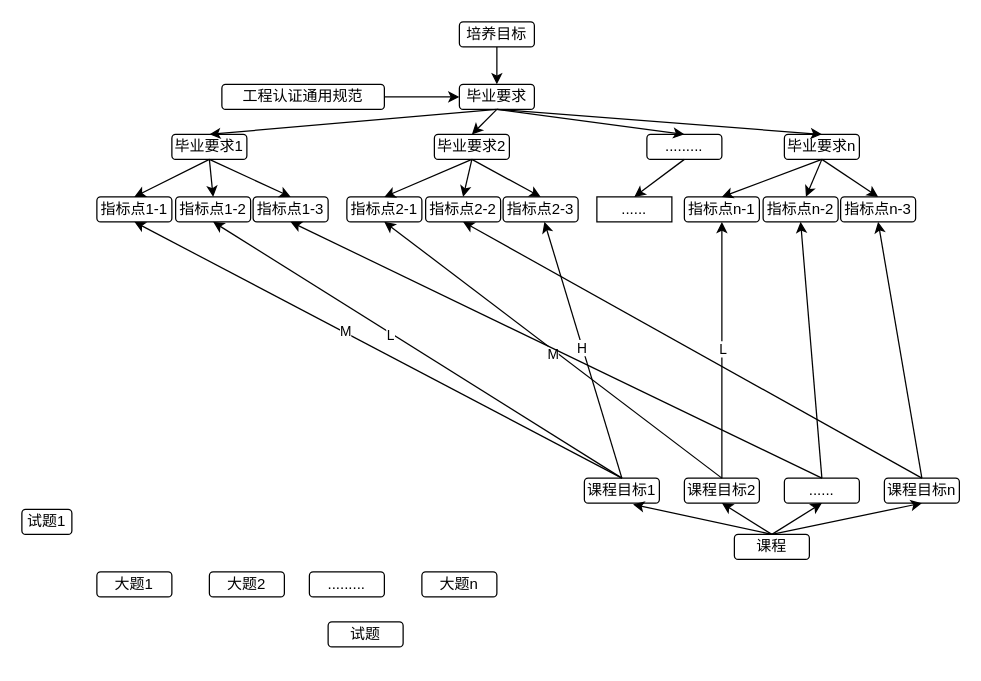
Above: Untitled Diagram.drawio in oliverwy/DhDesignpattern (draw.io), before the change. Source tidied: cells renumbered, new cells numbered last; positions are measured from the earlier drawing's top-left corner, leaving out a move shared by most shapes. Both pictures are drawn from the tidied source at 125%, with x=0, y=0 at pixel (21, 21).
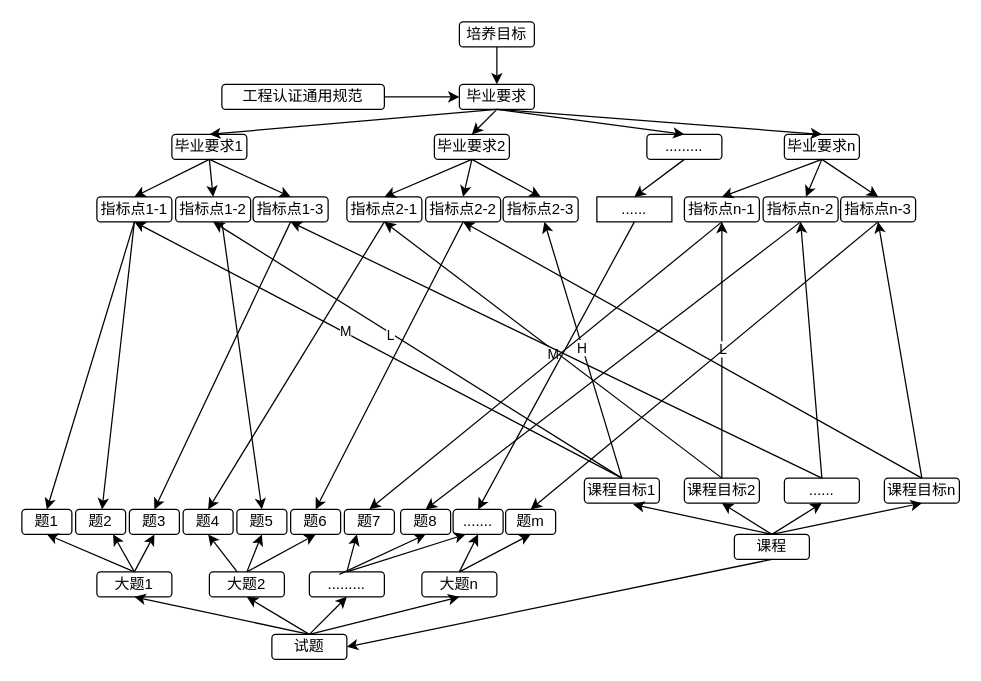
The same page after the edit.

Unchanged cells that the change refers to:
```xml
<mxCell id="9" value="指标点1-1" style="rounded=1;whiteSpace=wrap;html=1;align=center;" parent="1" vertex="1">
  <mxGeometry x="60" y="140" width="60" height="20" as="geometry" />
</mxCell>
<mxCell id="11" value="指标点1-3" style="rounded=1;whiteSpace=wrap;html=1;align=center;" parent="1" vertex="1">
  <mxGeometry x="185" y="140" width="60" height="20" as="geometry" />
</mxCell>
<mxCell id="12" value="指标点2-1" style="rounded=1;whiteSpace=wrap;html=1;align=center;" parent="1" vertex="1">
  <mxGeometry x="260" y="140" width="60" height="20" as="geometry" />
</mxCell>
<mxCell id="13" value="指标点2-2" style="rounded=1;whiteSpace=wrap;html=1;align=center;" parent="1" vertex="1">
  <mxGeometry x="323" y="140" width="60" height="20" as="geometry" />
</mxCell>
<mxCell id="15" value="指标点n-1" style="rounded=1;whiteSpace=wrap;html=1;align=center;" parent="1" vertex="1">
  <mxGeometry x="530" y="140" width="60" height="20" as="geometry" />
</mxCell>
<mxCell id="16" value="指标点n-2" style="rounded=1;whiteSpace=wrap;html=1;align=center;" parent="1" vertex="1">
  <mxGeometry x="593" y="140" width="60" height="20" as="geometry" />
</mxCell>
<mxCell id="17" value="指标点n-3" style="rounded=1;whiteSpace=wrap;html=1;align=center;" parent="1" vertex="1">
  <mxGeometry x="655" y="140" width="60" height="20" as="geometry" />
</mxCell>
<mxCell id="18" value="课程" style="rounded=1;whiteSpace=wrap;html=1;align=center;" parent="1" vertex="1">
  <mxGeometry x="570" y="410" width="60" height="20" as="geometry" />
</mxCell>
<mxCell id="37" value="......" style="rounded=1;whiteSpace=wrap;html=1;align=center;arcSize=0;" parent="1" vertex="1">
  <mxGeometry x="460" y="140" width="60" height="20" as="geometry" />
</mxCell>
<mxCell id="59" value="大题1" style="rounded=1;whiteSpace=wrap;html=1;align=center;" parent="1" vertex="1">
  <mxGeometry x="60" y="440" width="60" height="20" as="geometry" />
</mxCell>
<mxCell id="60" value="大题2" style="rounded=1;whiteSpace=wrap;html=1;align=center;" parent="1" vertex="1">
  <mxGeometry x="150" y="440" width="60" height="20" as="geometry" />
</mxCell>
<mxCell id="61" value="........." style="rounded=1;whiteSpace=wrap;html=1;align=center;" parent="1" vertex="1">
  <mxGeometry x="230" y="440" width="60" height="20" as="geometry" />
</mxCell>
<mxCell id="62" value="大题n" style="rounded=1;whiteSpace=wrap;html=1;align=center;" parent="1" vertex="1">
  <mxGeometry x="320" y="440" width="60" height="20" as="geometry" />
</mxCell>
```

Diff of the diagram source:
```diff
@@
     <mxCell id="58" value="试题" style="rounded=1;whiteSpace=wrap;html=1;align=center;" parent="1" vertex="1">
-      <mxGeometry x="245" y="480" width="60" height="20" as="geometry" />
+      <mxGeometry x="200" y="490" width="60" height="20" as="geometry" />
     </mxCell>
@@
-    <mxCell id="63" value="试题1" style="rounded=1;whiteSpace=wrap;html=1;align=center;" parent="1" vertex="1">
+    <mxCell id="63" value="题1" style="rounded=1;whiteSpace=wrap;html=1;align=center;" parent="1" vertex="1">
       <mxGeometry y="390" width="40" height="20" as="geometry" />
     </mxCell>
+    <mxCell id="64" value="题2" style="rounded=1;whiteSpace=wrap;html=1;align=center;" parent="1" vertex="1">
+      <mxGeometry x="43" y="390" width="40" height="20" as="geometry" />
+    </mxCell>
+    <mxCell id="65" value="题3" style="rounded=1;whiteSpace=wrap;html=1;align=center;" parent="1" vertex="1">
+      <mxGeometry x="86" y="390" width="40" height="20" as="geometry" />
+    </mxCell>
+    <mxCell id="66" value="题4" style="rounded=1;whiteSpace=wrap;html=1;align=center;" parent="1" vertex="1">
+      <mxGeometry x="129" y="390" width="40" height="20" as="geometry" />
+    </mxCell>
+    <mxCell id="67" value="题5" style="rounded=1;whiteSpace=wrap;html=1;align=center;" parent="1" vertex="1">
+      <mxGeometry x="172" y="390" width="40" height="20" as="geometry" />
+    </mxCell>
+    <mxCell id="68" value="题6" style="rounded=1;whiteSpace=wrap;html=1;align=center;" parent="1" vertex="1">
+      <mxGeometry x="215" y="390" width="40" height="20" as="geometry" />
+    </mxCell>
+    <mxCell id="69" value="题7" style="rounded=1;whiteSpace=wrap;html=1;align=center;" parent="1" vertex="1">
+      <mxGeometry x="258" y="390" width="40" height="20" as="geometry" />
+    </mxCell>
+    <mxCell id="70" value="题8" style="rounded=1;whiteSpace=wrap;html=1;align=center;" parent="1" vertex="1">
+      <mxGeometry x="303" y="390" width="40" height="20" as="geometry" />
+    </mxCell>
+    <mxCell id="71" value="题m" style="rounded=1;whiteSpace=wrap;html=1;align=center;" parent="1" vertex="1">
+      <mxGeometry x="387" y="390" width="40" height="20" as="geometry" />
+    </mxCell>
+    <mxCell id="72" value="......." style="rounded=1;whiteSpace=wrap;html=1;align=center;" parent="1" vertex="1">
+      <mxGeometry x="345" y="390" width="40" height="20" as="geometry" />
+    </mxCell>
+    <mxCell id="73" style="endArrow=classic;html=1;rounded=0;exitX=0.5;exitY=1;exitDx=0;exitDy=0;entryX=0.5;entryY=0;entryDx=0;entryDy=0;" parent="1" edge="1" source="9" target="63">
+      <mxGeometry relative="1" as="geometry" />
+    </mxCell>
+    <mxCell id="74" style="endArrow=classic;html=1;rounded=0;" parent="1" edge="1" target="64">
+      <mxGeometry relative="1" as="geometry">
+        <mxPoint x="90" y="160" as="sourcePoint" />
+      </mxGeometry>
+    </mxCell>
+    <mxCell id="75" style="endArrow=classic;html=1;rounded=0;exitX=0.5;exitY=1;exitDx=0;exitDy=0;entryX=0.5;entryY=0;entryDx=0;entryDy=0;" parent="1" edge="1" source="11" target="65">
+      <mxGeometry relative="1" as="geometry" />
+    </mxCell>
+    <mxCell id="76" style="endArrow=classic;html=1;rounded=0;exitX=0.5;exitY=1;exitDx=0;exitDy=0;entryX=0.5;entryY=0;entryDx=0;entryDy=0;" parent="1" edge="1" source="12" target="66">
+      <mxGeometry relative="1" as="geometry" />
+    </mxCell>
+    <mxCell id="77" style="endArrow=classic;html=1;rounded=0;entryX=0.5;entryY=0;entryDx=0;entryDy=0;" parent="1" edge="1" target="67">
+      <mxGeometry relative="1" as="geometry">
+        <mxPoint x="160" y="160" as="sourcePoint" />
+      </mxGeometry>
+    </mxCell>
+    <mxCell id="78" style="endArrow=classic;html=1;rounded=0;exitX=0.5;exitY=1;exitDx=0;exitDy=0;entryX=0.5;entryY=0;entryDx=0;entryDy=0;" parent="1" edge="1" source="13" target="68">
+      <mxGeometry relative="1" as="geometry" />
+    </mxCell>
+    <mxCell id="79" style="endArrow=classic;html=1;rounded=0;exitX=0.5;exitY=1;exitDx=0;exitDy=0;entryX=0.5;entryY=0;entryDx=0;entryDy=0;" parent="1" edge="1" source="15" target="69">
+      <mxGeometry relative="1" as="geometry" />
+    </mxCell>
+    <mxCell id="80" style="endArrow=classic;html=1;rounded=0;entryX=0.5;entryY=0;entryDx=0;entryDy=0;exitX=0.5;exitY=1;exitDx=0;exitDy=0;" parent="1" edge="1" source="16" target="70">
+      <mxGeometry relative="1" as="geometry" />
+    </mxCell>
+    <mxCell id="81" style="endArrow=classic;html=1;rounded=0;entryX=0.5;entryY=0;entryDx=0;entryDy=0;exitX=0.5;exitY=1;exitDx=0;exitDy=0;" parent="1" edge="1" source="17" target="71">
+      <mxGeometry relative="1" as="geometry" />
+    </mxCell>
+    <mxCell id="82" style="endArrow=classic;html=1;rounded=0;exitX=0.5;exitY=1;exitDx=0;exitDy=0;entryX=0.5;entryY=0;entryDx=0;entryDy=0;" parent="1" edge="1" source="37" target="72">
+      <mxGeometry relative="1" as="geometry" />
+    </mxCell>
+    <mxCell id="83" style="endArrow=classic;html=1;rounded=0;exitX=0.5;exitY=0;exitDx=0;exitDy=0;entryX=0.5;entryY=1;entryDx=0;entryDy=0;" parent="1" edge="1" source="58" target="59">
+      <mxGeometry relative="1" as="geometry" />
+    </mxCell>
+    <mxCell id="84" style="endArrow=classic;html=1;rounded=0;entryX=0.5;entryY=1;entryDx=0;entryDy=0;" parent="1" edge="1" target="60">
+      <mxGeometry relative="1" as="geometry">
+        <mxPoint x="230" y="490" as="sourcePoint" />
+      </mxGeometry>
+    </mxCell>
+    <mxCell id="85" style="endArrow=classic;html=1;rounded=0;exitX=0.5;exitY=0;exitDx=0;exitDy=0;entryX=0.5;entryY=1;entryDx=0;entryDy=0;" parent="1" edge="1" source="58" target="61">
+      <mxGeometry relative="1" as="geometry" />
+    </mxCell>
+    <mxCell id="86" style="endArrow=classic;html=1;rounded=0;exitX=0.5;exitY=0;exitDx=0;exitDy=0;entryX=0.5;entryY=1;entryDx=0;entryDy=0;" parent="1" edge="1" source="58" target="62">
+      <mxGeometry relative="1" as="geometry" />
+    </mxCell>
+    <mxCell id="87" style="endArrow=classic;html=1;rounded=0;exitX=0.5;exitY=1;exitDx=0;exitDy=0;entryX=1;entryY=0.5;entryDx=0;entryDy=0;" parent="1" edge="1" source="18" target="58">
+      <mxGeometry relative="1" as="geometry" />
+    </mxCell>
+    <mxCell id="88" style="endArrow=classic;html=1;rounded=0;exitX=0.5;exitY=0;exitDx=0;exitDy=0;entryX=0.5;entryY=1;entryDx=0;entryDy=0;" parent="1" edge="1" source="59" target="63">
+      <mxGeometry relative="1" as="geometry" />
+    </mxCell>
+    <mxCell id="89" style="endArrow=classic;html=1;rounded=0;exitX=0.5;exitY=0;exitDx=0;exitDy=0;entryX=0.75;entryY=1;entryDx=0;entryDy=0;" parent="1" edge="1" source="59" target="64">
+      <mxGeometry relative="1" as="geometry" />
+    </mxCell>
+    <mxCell id="90" style="endArrow=classic;html=1;rounded=0;exitX=0.5;exitY=0;exitDx=0;exitDy=0;entryX=0.5;entryY=1;entryDx=0;entryDy=0;" parent="1" edge="1" source="59" target="65">
+      <mxGeometry relative="1" as="geometry" />
+    </mxCell>
+    <mxCell id="91" style="endArrow=classic;html=1;rounded=0;entryX=0.5;entryY=1;entryDx=0;entryDy=0;" parent="1" edge="1" source="60" target="66">
+      <mxGeometry relative="1" as="geometry" />
+    </mxCell>
+    <mxCell id="92" style="endArrow=classic;html=1;rounded=0;exitX=0.5;exitY=0;exitDx=0;exitDy=0;entryX=0.5;entryY=1;entryDx=0;entryDy=0;" parent="1" edge="1" source="60" target="67">
+      <mxGeometry relative="1" as="geometry" />
+    </mxCell>
+    <mxCell id="93" style="endArrow=classic;html=1;rounded=0;exitX=0.5;exitY=0;exitDx=0;exitDy=0;entryX=0.5;entryY=1;entryDx=0;entryDy=0;" parent="1" edge="1" source="60" target="68">
+      <mxGeometry relative="1" as="geometry" />
+    </mxCell>
+    <mxCell id="94" style="endArrow=classic;html=1;rounded=0;exitX=0.5;exitY=0;exitDx=0;exitDy=0;entryX=0.25;entryY=1;entryDx=0;entryDy=0;" parent="1" edge="1" source="61" target="69">
+      <mxGeometry relative="1" as="geometry" />
+    </mxCell>
+    <mxCell id="95" style="endArrow=classic;html=1;rounded=0;exitX=0.4;exitY=0.1;exitDx=0;exitDy=0;exitPerimeter=0;entryX=0.5;entryY=1;entryDx=0;entryDy=0;" parent="1" edge="1" source="61" target="70">
+      <mxGeometry relative="1" as="geometry" />
+    </mxCell>
+    <mxCell id="96" style="endArrow=classic;html=1;rounded=0;exitX=0.5;exitY=0;exitDx=0;exitDy=0;entryX=0.25;entryY=1;entryDx=0;entryDy=0;" parent="1" edge="1" source="61" target="72">
+      <mxGeometry relative="1" as="geometry" />
+    </mxCell>
+    <mxCell id="97" style="endArrow=classic;html=1;rounded=0;exitX=0.5;exitY=0;exitDx=0;exitDy=0;" parent="1" edge="1" source="62">
+      <mxGeometry relative="1" as="geometry">
+        <mxPoint x="407" y="410" as="targetPoint" />
+      </mxGeometry>
+    </mxCell>
+    <mxCell id="98" style="endArrow=classic;html=1;rounded=0;exitX=0.5;exitY=0;exitDx=0;exitDy=0;entryX=0.5;entryY=1;entryDx=0;entryDy=0;" parent="1" edge="1" source="62" target="72">
+      <mxGeometry relative="1" as="geometry" />
+    </mxCell>
```
